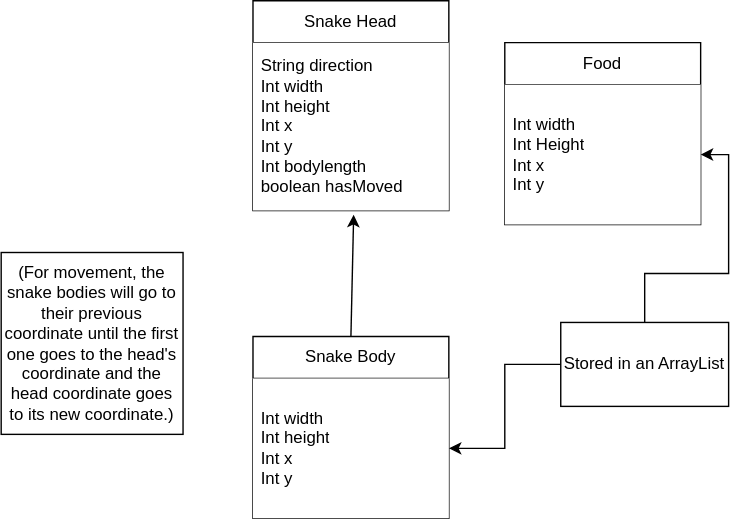
Above: snake/snakeclassdiagram-rafid.drawio.svg in banananabusiness/project (draw.io), before the change. Source tidied: cells renumbered, new cells last; positions are measured from the earlier drawing's top-left corner, leaving out a move shared by most shapes.
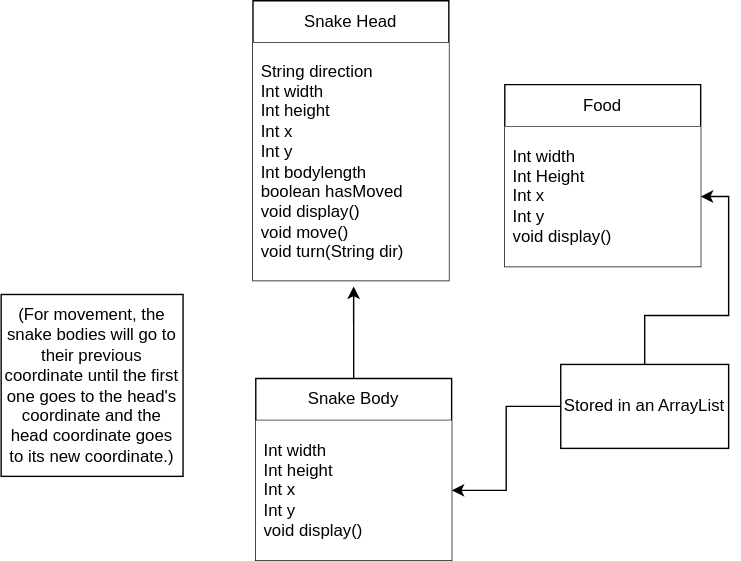
The same diagram one commit later.

The edit, as a diff of the source:
```diff
@@ -3,15 +3,15 @@
     <mxCell id="0" />
     <mxCell id="1" parent="0" />
     <mxCell id="2" value="Snake Head" style="swimlane;fontStyle=0;horizontal=1;startSize=30;whiteSpace=wrap;html=1;" parent="1" vertex="1">
-      <mxGeometry x="180" width="140" height="150" as="geometry" />
+      <mxGeometry x="180" y="-30" width="140" height="200" as="geometry" />
     </mxCell>
-    <mxCell id="3" value="String direction&lt;br&gt;Int width&lt;br&gt;Int height&lt;br&gt;Int x&lt;br&gt;Int y&lt;br&gt;Int bodylength&lt;br&gt;boolean hasMoved" style="text;align=left;verticalAlign=middle;spacingLeft=4;spacingRight=4;overflow=hidden;points=[[0,0.5],[1,0.5]];portConstraint=eastwest;whiteSpace=wrap;html=1;fillColor=default;" parent="2" vertex="1">
-      <mxGeometry y="30" width="140" height="120" as="geometry" />
+    <mxCell id="3" value="String direction&lt;br&gt;Int width&lt;br&gt;Int height&lt;br&gt;Int x&lt;br&gt;Int y&lt;br&gt;Int bodylength&lt;br&gt;boolean hasMoved&lt;br&gt;void display()&lt;br&gt;void move()&lt;br&gt;void turn(String dir)" style="text;align=left;verticalAlign=middle;spacingLeft=4;spacingRight=4;overflow=hidden;points=[[0,0.5],[1,0.5]];portConstraint=eastwest;whiteSpace=wrap;html=1;fillColor=default;" parent="2" vertex="1">
+      <mxGeometry y="30" width="140" height="170" as="geometry" />
     </mxCell>
     <mxCell id="4" value="Snake Body" style="swimlane;fontStyle=0;horizontal=1;startSize=30;whiteSpace=wrap;html=1;" parent="1" vertex="1">
-      <mxGeometry x="180" y="240" width="140" height="130" as="geometry" />
+      <mxGeometry x="182" y="240" width="140" height="130" as="geometry" />
     </mxCell>
-    <mxCell id="5" value="Int width&lt;br&gt;Int height&lt;br&gt;Int x&lt;br&gt;Int y" style="text;strokeColor=none;fillColor=default;align=left;verticalAlign=middle;spacingLeft=4;spacingRight=4;overflow=hidden;points=[[0,0.5],[1,0.5]];portConstraint=eastwest;whiteSpace=wrap;html=1;" parent="4" vertex="1">
+    <mxCell id="5" value="Int width&lt;br&gt;Int height&lt;br&gt;Int x&lt;br&gt;Int y&lt;br&gt;void display()" style="text;strokeColor=none;fillColor=default;align=left;verticalAlign=middle;spacingLeft=4;spacingRight=4;overflow=hidden;points=[[0,0.5],[1,0.5]];portConstraint=eastwest;whiteSpace=wrap;html=1;" parent="4" vertex="1">
       <mxGeometry y="30" width="140" height="100" as="geometry" />
     </mxCell>
     <mxCell id="6" value="(For movement, the snake bodies will go to their previous coordinate until the first one goes to the head's coordinate and the head coordinate goes to its new coordinate.)" style="whiteSpace=wrap;html=1;fillColor=default;" parent="1" vertex="1">
@@ -23,7 +23,7 @@
     <mxCell id="8" value="Food" style="swimlane;fontStyle=0;horizontal=1;startSize=30;whiteSpace=wrap;html=1;" parent="1" vertex="1">
       <mxGeometry x="360" y="30" width="140" height="130" as="geometry" />
     </mxCell>
-    <mxCell id="9" value="Int width&lt;br&gt;Int Height&lt;br&gt;Int x&lt;br&gt;Int y" style="text;strokeColor=none;fillColor=default;align=left;verticalAlign=middle;spacingLeft=4;spacingRight=4;overflow=hidden;points=[[0,0.5],[1,0.5]];portConstraint=eastwest;whiteSpace=wrap;html=1;" parent="8" vertex="1">
+    <mxCell id="9" value="Int width&lt;br&gt;Int Height&lt;br&gt;Int x&lt;br&gt;Int y&lt;br&gt;void display()" style="text;strokeColor=none;fillColor=default;align=left;verticalAlign=middle;spacingLeft=4;spacingRight=4;overflow=hidden;points=[[0,0.5],[1,0.5]];portConstraint=eastwest;whiteSpace=wrap;html=1;" parent="8" vertex="1">
       <mxGeometry y="30" width="140" height="100" as="geometry" />
     </mxCell>
     <mxCell id="10" style="edgeStyle=orthogonalEdgeStyle;rounded=0;jettySize=auto;html=1;" parent="1" edge="1" source="12" target="5">
```
